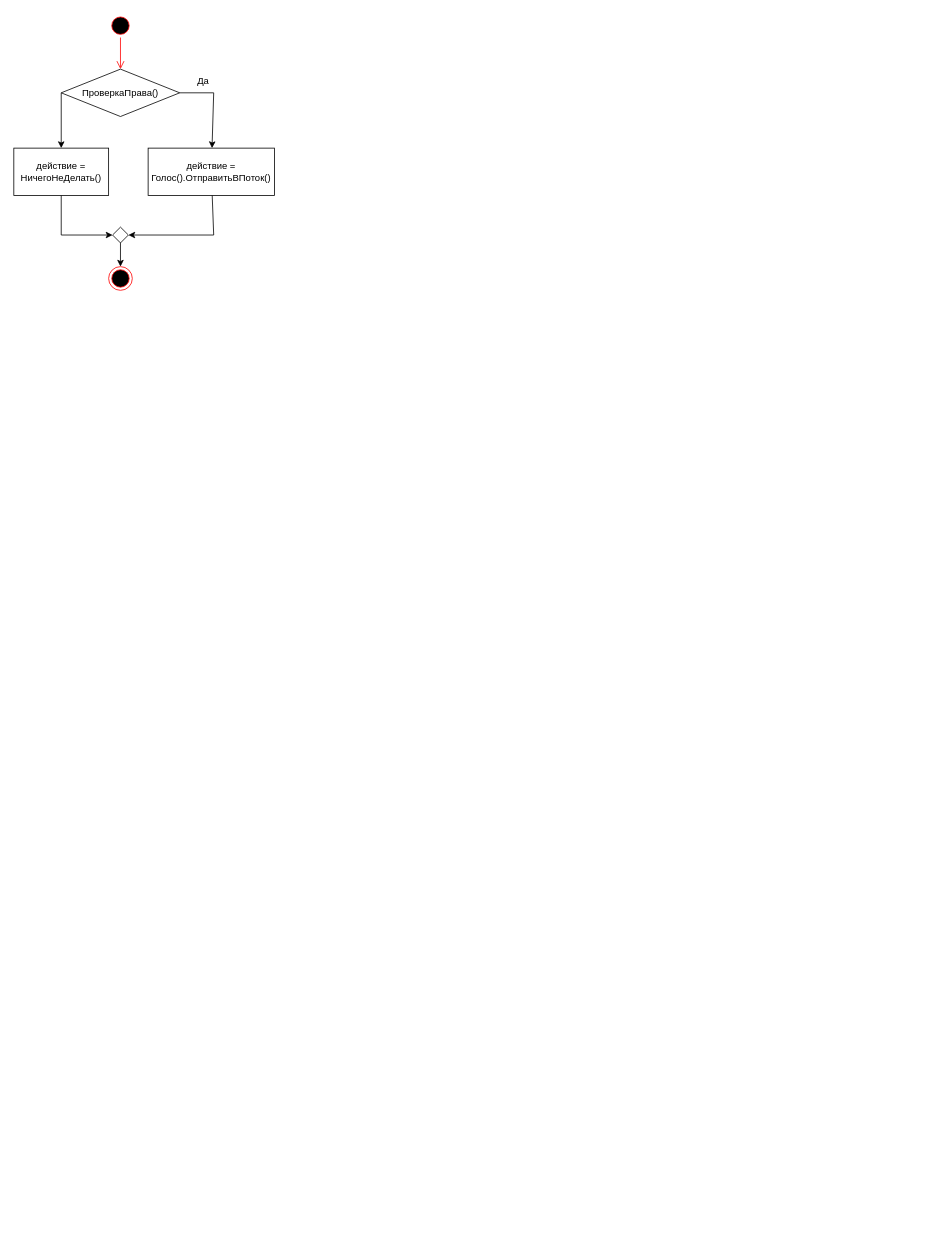
Earlier version of the draw.io diagram ТОАУ/ЛР2/6 1.drawio (eldarian-1/pstu). Source tidied: cells renumbered, new cells numbered last; positions are measured from the earlier drawing's top-left corner, leaving out a move shared by most shapes. Both pictures are drawn from the tidied source at 79%, with x=0, y=0 at pixel (13, 13).
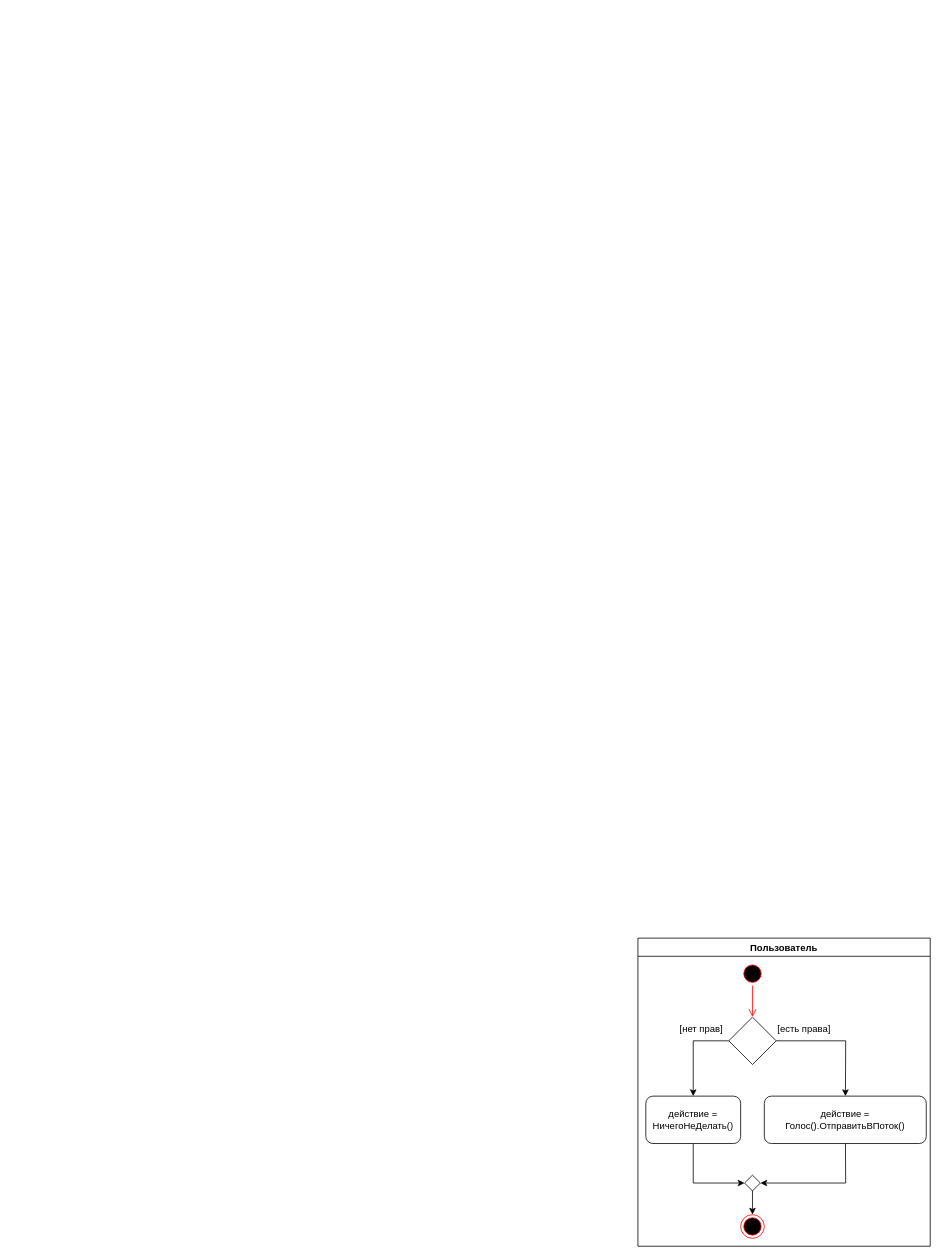
The same page after the edit.

What changed in the source:
```diff
@@
-    <mxCell id="2" style="ellipse;html=1;shape=startState;fillColor=#000000;strokeColor=#ff0000;" parent="1" vertex="1">
-      <mxGeometry x="120" width="30" height="30" as="geometry" />
-    </mxCell>
-    <mxCell id="3" style="edgeStyle=orthogonalEdgeStyle;html=1;verticalAlign=bottom;endArrow=open;endSize=8;strokeColor=#ff0000;rounded=0;" parent="1" edge="1" source="2" target="7">
-      <mxGeometry relative="1" as="geometry" />
-    </mxCell>
+    <mxCell id="15" value="Пользователь" style="swimlane;" parent="1" vertex="1">
+      <mxGeometry x="790" y="1170" width="370" height="390" as="geometry" />
+    </mxCell>
+    <mxCell id="16" style="ellipse;html=1;shape=startState;fillColor=#000000;strokeColor=#ff0000;" parent="15" vertex="1">
+      <mxGeometry x="130" y="30" width="30" height="30" as="geometry" />
+    </mxCell>
+    <mxCell id="17" style="edgeStyle=orthogonalEdgeStyle;html=1;verticalAlign=bottom;endArrow=open;endSize=8;strokeColor=#ff0000;rounded=0;" parent="15" edge="1" source="16" target="20">
+      <mxGeometry relative="1" as="geometry" />
+    </mxCell>
-    <mxCell id="4" value="действие = Голос().ОтправитьВПоток()" style="rounded=0;whiteSpace=wrap;html=1;" parent="1" vertex="1">
-      <mxGeometry x="170" y="170" width="160" height="60" as="geometry" />
+    <mxCell id="4" value="действие = Голос().ОтправитьВПоток()" style="rounded=1;whiteSpace=wrap;html=1;" parent="15" vertex="1">
+      <mxGeometry x="160" y="200" width="205" height="60" as="geometry" />
     </mxCell>
-    <mxCell id="5" style="ellipse;html=1;shape=endState;fillColor=#000000;strokeColor=#ff0000;" parent="1" vertex="1">
-      <mxGeometry x="120" y="320" width="30" height="30" as="geometry" />
-    </mxCell>
-    <mxCell id="6" style="endArrow=classic;html=1;rounded=0;entryX=1;entryY=0.5;entryDx=0;entryDy=0;" parent="1" edge="1" source="4" target="12">
-      <mxGeometry relative="1" as="geometry">
-        <Array as="points">
-          <mxPoint x="253" y="280" />
-        </Array>
-      </mxGeometry>
-    </mxCell>
-    <mxCell id="7" value="ПроверкаПрава()" style="rhombus;whiteSpace=wrap;html=1;" parent="1" vertex="1">
-      <mxGeometry x="60" y="70" width="150" height="60" as="geometry" />
-    </mxCell>
-    <mxCell id="8" style="endArrow=classic;html=1;rounded=0;exitX=1;exitY=0.5;exitDx=0;exitDy=0;" parent="1" edge="1" source="7" target="4">
-      <mxGeometry relative="1" as="geometry">
-        <Array as="points">
-          <mxPoint x="253" y="100" />
-        </Array>
-      </mxGeometry>
-    </mxCell>
+    <mxCell id="18" style="ellipse;html=1;shape=endState;fillColor=#000000;strokeColor=#ff0000;" parent="15" vertex="1">
+      <mxGeometry x="130" y="350" width="30" height="30" as="geometry" />
+    </mxCell>
+    <mxCell id="19" style="endArrow=classic;html=1;rounded=0;entryX=1;entryY=0.5;entryDx=0;entryDy=0;" parent="15" edge="1" source="4" target="23">
+      <mxGeometry relative="1" as="geometry">
+        <Array as="points">
+          <mxPoint x="263" y="310" />
+        </Array>
+      </mxGeometry>
+    </mxCell>
+    <mxCell id="20" style="rhombus;whiteSpace=wrap;html=1;" parent="15" vertex="1">
+      <mxGeometry x="115" y="100" width="60" height="60" as="geometry" />
+    </mxCell>
+    <mxCell id="21" style="endArrow=classic;html=1;rounded=0;exitX=1;exitY=0.5;exitDx=0;exitDy=0;" parent="15" edge="1" source="20" target="4">
+      <mxGeometry relative="1" as="geometry">
+        <Array as="points">
+          <mxPoint x="263" y="130" />
+        </Array>
+      </mxGeometry>
+    </mxCell>
-    <mxCell id="9" value="действие = НичегоНеДелать()" style="rounded=0;whiteSpace=wrap;html=1;" parent="1" vertex="1">
-      <mxGeometry y="170" width="120" height="60" as="geometry" />
+    <mxCell id="9" value="действие = НичегоНеДелать()" style="rounded=1;whiteSpace=wrap;html=1;" parent="15" vertex="1">
+      <mxGeometry x="10" y="200" width="120" height="60" as="geometry" />
     </mxCell>
-    <mxCell id="10" style="endArrow=classic;html=1;rounded=0;exitX=0;exitY=0.5;exitDx=0;exitDy=0;" parent="1" edge="1" source="7" target="9">
-      <mxGeometry relative="1" as="geometry" />
-    </mxCell>
-    <mxCell id="11" value="Да" style="text;html=1;strokeColor=none;fillColor=none;align=center;verticalAlign=middle;whiteSpace=wrap;rounded=0;" parent="1" vertex="1">
-      <mxGeometry x="210" y="70" width="60" height="30" as="geometry" />
-    </mxCell>
-    <mxCell id="12" style="rhombus;whiteSpace=wrap;html=1;" parent="1" vertex="1">
-      <mxGeometry x="125" y="270" width="20" height="20" as="geometry" />
-    </mxCell>
-    <mxCell id="13" style="endArrow=classic;html=1;rounded=0;entryX=0;entryY=0.5;entryDx=0;entryDy=0;" parent="1" edge="1" source="9" target="12">
-      <mxGeometry relative="1" as="geometry">
-        <Array as="points">
-          <mxPoint x="60" y="280" />
-        </Array>
-      </mxGeometry>
-    </mxCell>
-    <mxCell id="14" style="endArrow=classic;html=1;rounded=0;exitX=0.5;exitY=1;exitDx=0;exitDy=0;" parent="1" edge="1" source="12" target="5">
-      <mxGeometry relative="1" as="geometry" />
-    </mxCell>
+    <mxCell id="22" style="endArrow=classic;html=1;rounded=0;exitX=0;exitY=0.5;exitDx=0;exitDy=0;" parent="15" edge="1" source="20" target="9">
+      <mxGeometry relative="1" as="geometry">
+        <Array as="points">
+          <mxPoint x="70" y="130" />
+        </Array>
+      </mxGeometry>
+    </mxCell>
+    <mxCell id="23" style="rhombus;whiteSpace=wrap;html=1;" parent="15" vertex="1">
+      <mxGeometry x="135" y="300" width="20" height="20" as="geometry" />
+    </mxCell>
+    <mxCell id="24" style="endArrow=classic;html=1;rounded=0;entryX=0;entryY=0.5;entryDx=0;entryDy=0;" parent="15" edge="1" source="9" target="23">
+      <mxGeometry relative="1" as="geometry">
+        <Array as="points">
+          <mxPoint x="70" y="310" />
+        </Array>
+      </mxGeometry>
+    </mxCell>
+    <mxCell id="25" style="endArrow=classic;html=1;rounded=0;exitX=0.5;exitY=1;exitDx=0;exitDy=0;" parent="15" edge="1" source="23" target="18">
+      <mxGeometry relative="1" as="geometry" />
+    </mxCell>
+    <mxCell id="26" value="[нет прав]" style="text;html=1;align=center;verticalAlign=middle;strokeColor=none;fillColor=none;" parent="15" vertex="1">
+      <mxGeometry x="45" y="105" width="70" height="20" as="geometry" />
+    </mxCell>
+    <mxCell id="27" value="[есть права]" style="text;html=1;align=center;verticalAlign=middle;strokeColor=none;fillColor=none;" parent="15" vertex="1">
+      <mxGeometry x="170" y="105" width="80" height="20" as="geometry" />
+    </mxCell>
```
